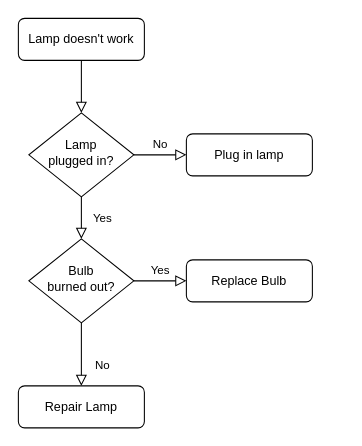
mhiaaaw/mhiaaaw keeps this draw.io diagram as Untitled Diagram.drawio. Above is the earlier version. Source tidied: cells renumbered, new cells numbered last; positions are measured from the earlier drawing's top-left corner, leaving out a move shared by most shapes. Both pictures are drawn from the tidied source at 105%, with x=0, y=0 at pixel (18, 18).
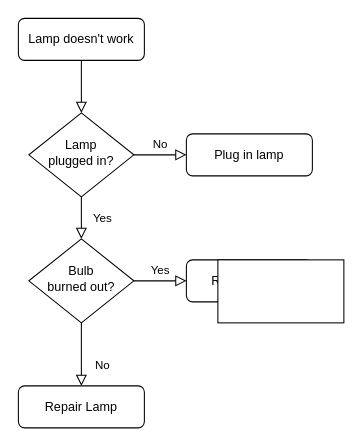
The same page after the edit.

The edit, as a diff of the source:
```diff
@@
 <mxGraphModel>
   <root>
     <mxCell id="0" />
     <mxCell id="1" parent="0" />
     <mxCell id="2" style="rounded=0;html=1;jettySize=auto;fontSize=11;endArrow=block;endFill=0;endSize=8;strokeWidth=1;shadow=0;labelBackgroundColor=none;edgeStyle=orthogonalEdgeStyle;" parent="1" edge="1" source="3" target="6">
       <mxGeometry relative="1" as="geometry" />
     </mxCell>
     <mxCell id="3" value="Lamp doesn't work" style="rounded=1;whiteSpace=wrap;html=1;fontSize=12;glass=0;strokeWidth=1;shadow=0;" parent="1" vertex="1">
       <mxGeometry width="120" height="40" as="geometry" />
     </mxCell>
     <mxCell id="4" value="Yes" style="rounded=0;html=1;jettySize=auto;fontSize=11;endArrow=block;endFill=0;endSize=8;strokeWidth=1;shadow=0;labelBackgroundColor=none;edgeStyle=orthogonalEdgeStyle;" parent="1" edge="1" source="6" target="10">
       <mxGeometry y="20" relative="1" as="geometry" />
     </mxCell>
     <mxCell id="5" value="No" style="edgeStyle=orthogonalEdgeStyle;rounded=0;html=1;jettySize=auto;fontSize=11;endArrow=block;endFill=0;endSize=8;strokeWidth=1;shadow=0;labelBackgroundColor=none;" parent="1" edge="1" source="6" target="7">
       <mxGeometry y="10" relative="1" as="geometry" />
     </mxCell>
     <mxCell id="6" value="Lamp&lt;br&gt;plugged in?" style="rhombus;whiteSpace=wrap;html=1;shadow=0;fontFamily=Helvetica;fontSize=12;align=center;strokeWidth=1;spacing=6;spacingTop=-4;" parent="1" vertex="1">
       <mxGeometry x="10" y="90" width="100" height="80" as="geometry" />
     </mxCell>
     <mxCell id="7" value="Plug in lamp" style="rounded=1;whiteSpace=wrap;html=1;fontSize=12;glass=0;strokeWidth=1;shadow=0;" parent="1" vertex="1">
       <mxGeometry x="160" y="110" width="120" height="40" as="geometry" />
     </mxCell>
     <mxCell id="8" value="No" style="rounded=0;html=1;jettySize=auto;fontSize=11;endArrow=block;endFill=0;endSize=8;strokeWidth=1;shadow=0;labelBackgroundColor=none;edgeStyle=orthogonalEdgeStyle;" parent="1" edge="1" source="10" target="11">
       <mxGeometry x="0.33" y="20" relative="1" as="geometry" />
     </mxCell>
     <mxCell id="9" value="Yes" style="edgeStyle=orthogonalEdgeStyle;rounded=0;html=1;jettySize=auto;fontSize=11;endArrow=block;endFill=0;endSize=8;strokeWidth=1;shadow=0;labelBackgroundColor=none;" parent="1" edge="1" source="10" target="12">
       <mxGeometry y="10" relative="1" as="geometry" />
     </mxCell>
     <mxCell id="10" value="Bulb&lt;br&gt;burned out?" style="rhombus;whiteSpace=wrap;html=1;shadow=0;fontFamily=Helvetica;fontSize=12;align=center;strokeWidth=1;spacing=6;spacingTop=-4;" parent="1" vertex="1">
       <mxGeometry x="10" y="210" width="100" height="80" as="geometry" />
     </mxCell>
     <mxCell id="11" value="Repair Lamp" style="rounded=1;whiteSpace=wrap;html=1;fontSize=12;glass=0;strokeWidth=1;shadow=0;" parent="1" vertex="1">
       <mxGeometry y="350" width="120" height="40" as="geometry" />
     </mxCell>
     <mxCell id="12" value="Replace Bulb" style="rounded=1;whiteSpace=wrap;html=1;fontSize=12;glass=0;strokeWidth=1;shadow=0;" parent="1" vertex="1">
       <mxGeometry x="160" y="230" width="120" height="40" as="geometry" />
     </mxCell>
+    <mxCell id="13" style="whiteSpace=wrap;html=1;" parent="1" vertex="1">
+      <mxGeometry x="190" y="230" width="120" height="60" as="geometry" />
+    </mxCell>
   </root>
 </mxGraphModel>
```
